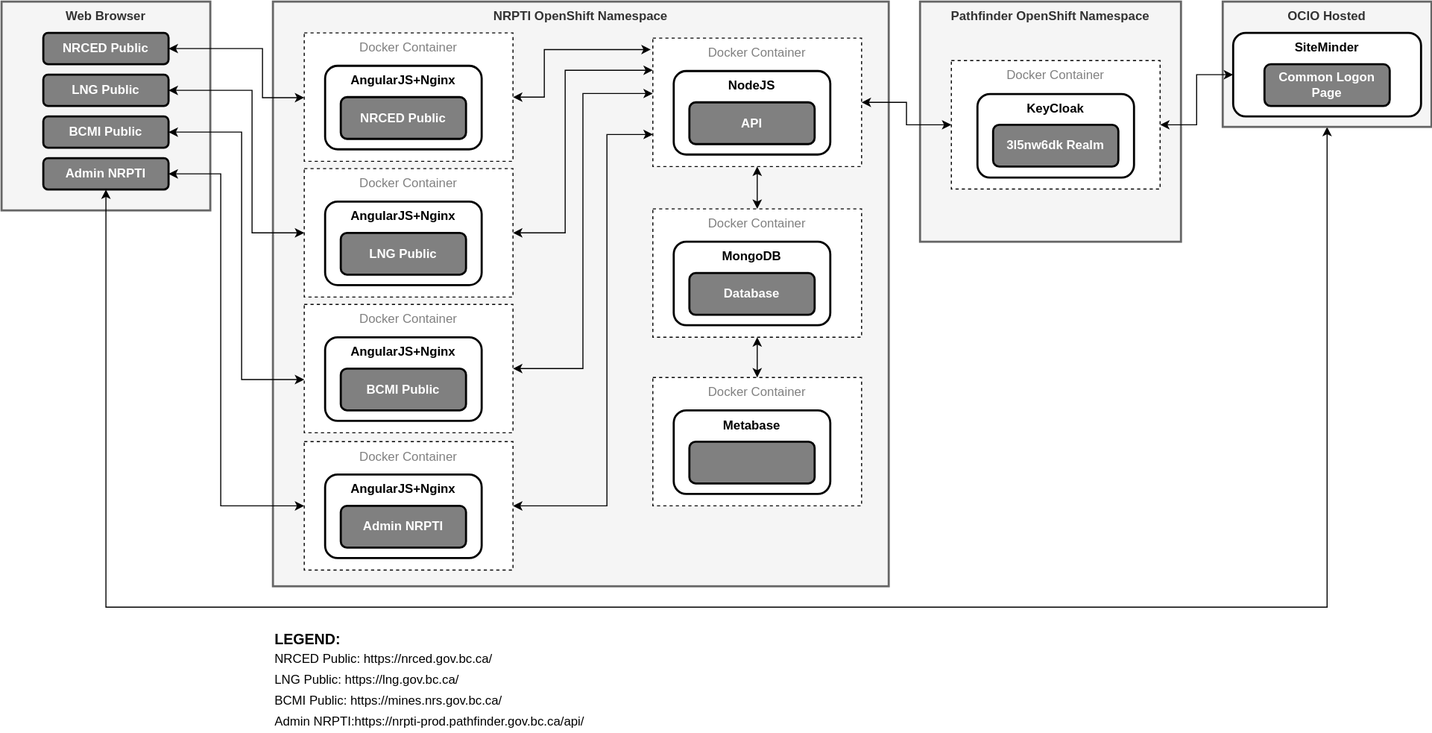
Earlier version of the draw.io export docs/NRPTI-Architecture.svg (bcgov/NRPTI). Source tidied: cells renumbered, new cells last; positions are measured from the earlier drawing's top-left corner, leaving out a move shared by most shapes.
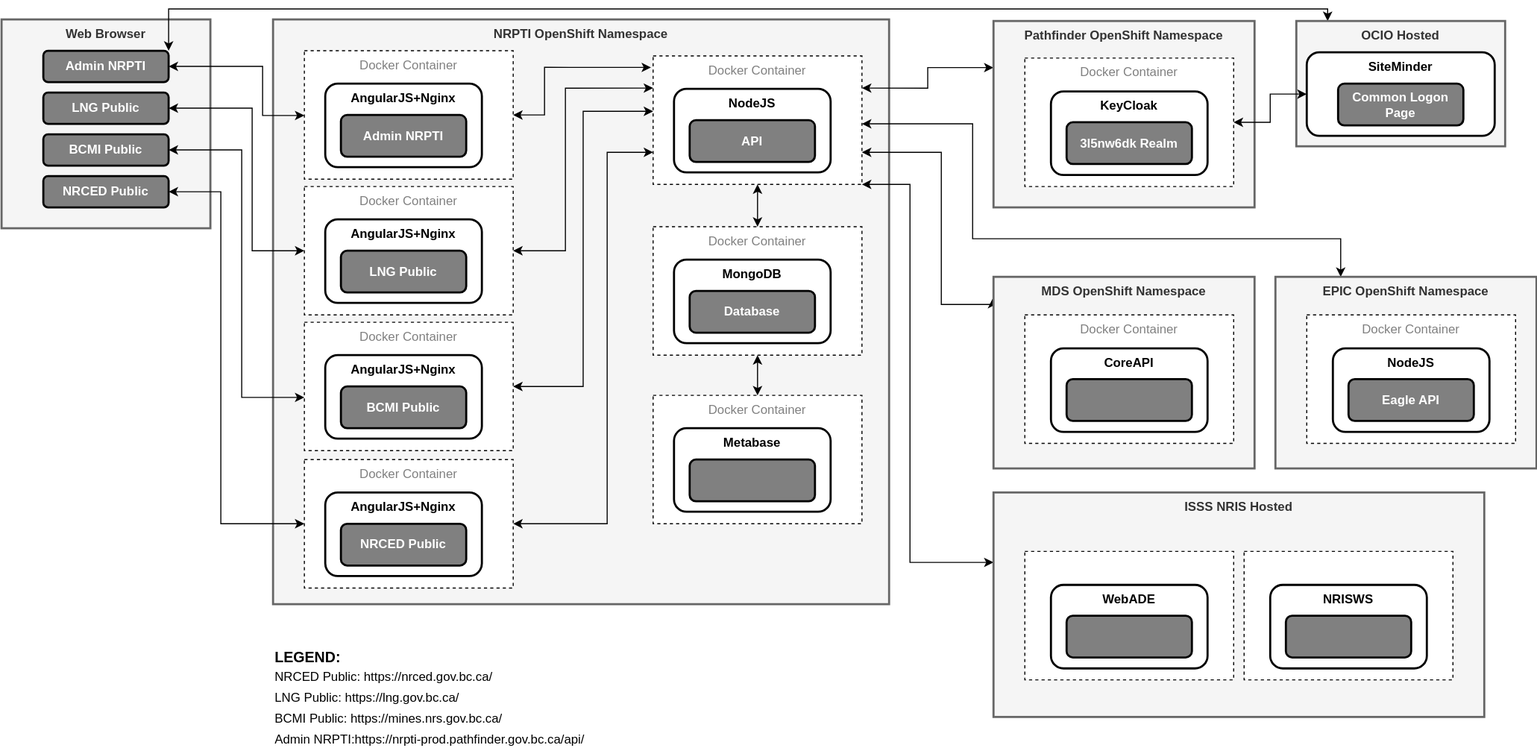
After the change.

Change to the diagram source:
```diff
@@ -5,7 +5,7 @@
     <mxCell id="2" value="Web Browser" style="rounded=0;whiteSpace=wrap;html=1;verticalAlign=top;fillColor=#f5f5f5;strokeColor=#666666;fontColor=#333333;strokeWidth=2;fontStyle=1;" parent="1" vertex="1">
       <mxGeometry width="200" height="200" as="geometry" />
     </mxCell>
-    <mxCell id="3" value="NRCED Public" style="rounded=1;whiteSpace=wrap;html=1;strokeWidth=2;fillColor=#808080;fontColor=#FFFFFF;fontStyle=1;" parent="1" vertex="1">
+    <mxCell id="3" value="Admin NRPTI" style="rounded=1;whiteSpace=wrap;html=1;strokeWidth=2;fillColor=#808080;fontColor=#FFFFFF;fontStyle=1;" parent="1" vertex="1">
       <mxGeometry x="40" y="30" width="120" height="30" as="geometry" />
     </mxCell>
     <mxCell id="4" value="LNG Public" style="rounded=1;whiteSpace=wrap;html=1;strokeWidth=2;fillColor=#808080;fontColor=#FFFFFF;fontStyle=1;" parent="1" vertex="1">
@@ -14,15 +14,15 @@
     <mxCell id="5" value="BCMI Public" style="rounded=1;whiteSpace=wrap;html=1;strokeWidth=2;fillColor=#808080;fontColor=#FFFFFF;fontStyle=1;" parent="1" vertex="1">
       <mxGeometry x="40" y="110" width="120" height="30" as="geometry" />
     </mxCell>
-    <mxCell id="6" style="edgeStyle=orthogonalEdgeStyle;rounded=0;jettySize=auto;html=1;startArrow=classic;startFill=1;" parent="1" edge="1" source="7" target="24">
+    <mxCell id="6" style="edgeStyle=orthogonalEdgeStyle;rounded=0;jettySize=auto;html=1;startArrow=classic;startFill=1;exitX=1;exitY=0;exitDx=0;exitDy=0;" parent="1" edge="1" source="3" target="24">
       <mxGeometry relative="1" as="geometry">
         <Array as="points">
-          <mxPoint x="100" y="580" />
-          <mxPoint x="1270" y="580" />
+          <mxPoint x="160" y="-10" />
+          <mxPoint x="1270" y="-10" />
         </Array>
       </mxGeometry>
     </mxCell>
-    <mxCell id="7" value="Admin NRPTI" style="rounded=1;whiteSpace=wrap;html=1;strokeWidth=2;fillColor=#808080;fontColor=#FFFFFF;fontStyle=1;" parent="1" vertex="1">
+    <mxCell id="7" value="NRCED Public" style="rounded=1;whiteSpace=wrap;html=1;strokeWidth=2;fillColor=#808080;fontColor=#FFFFFF;fontStyle=1;" parent="1" vertex="1">
       <mxGeometry x="40" y="150" width="120" height="30" as="geometry" />
     </mxCell>
     <mxCell id="8" value="NRPTI OpenShift Namespace" style="rounded=0;whiteSpace=wrap;html=1;verticalAlign=top;fillColor=#f5f5f5;strokeColor=#666666;fontColor=#333333;strokeWidth=2;fontStyle=1;" parent="1" vertex="1">
@@ -31,6 +31,25 @@
     <mxCell id="9" style="edgeStyle=orthogonalEdgeStyle;rounded=0;jettySize=auto;html=1;startArrow=classic;startFill=1;exitX=0.5;exitY=1;exitDx=0;exitDy=0;" parent="1" edge="1" source="10" target="13">
       <mxGeometry relative="1" as="geometry" />
     </mxCell>
+    <mxCell id="54" style="edgeStyle=orthogonalEdgeStyle;rounded=0;jettySize=auto;html=1;exitX=1;exitY=0.75;exitDx=0;exitDy=0;entryX=-0.004;entryY=0.115;entryDx=0;entryDy=0;entryPerimeter=0;startArrow=classic;startFill=1;fontSize=14;" parent="1" edge="1" source="10" target="57">
+      <mxGeometry relative="1" as="geometry">
+        <Array as="points">
+          <mxPoint x="900" y="127" />
+          <mxPoint x="900" y="273" />
+        </Array>
+      </mxGeometry>
+    </mxCell>
+    <mxCell id="55" style="edgeStyle=orthogonalEdgeStyle;rounded=0;jettySize=auto;html=1;exitX=1;exitY=1;exitDx=0;exitDy=0;startArrow=classic;startFill=1;fontSize=14;" parent="1" edge="1" source="10" target="61">
+      <mxGeometry relative="1" as="geometry">
+        <Array as="points">
+          <mxPoint x="870" y="158" />
+          <mxPoint x="870" y="520" />
+        </Array>
+      </mxGeometry>
+    </mxCell>
+    <mxCell id="56" style="edgeStyle=orthogonalEdgeStyle;rounded=0;jettySize=auto;html=1;exitX=1;exitY=0.25;exitDx=0;exitDy=0;entryX=0;entryY=0.25;entryDx=0;entryDy=0;startArrow=classic;startFill=1;fontSize=14;" parent="1" edge="1" source="10" target="20">
+      <mxGeometry relative="1" as="geometry" />
+    </mxCell>
     <mxCell id="10" value="Docker Container" style="rounded=0;whiteSpace=wrap;html=1;strokeWidth=1;fillColor=#FFFFFF;fontColor=#808080;dashed=1;verticalAlign=top;" parent="1" vertex="1">
       <mxGeometry x="624" y="35" width="200" height="123" as="geometry" />
     </mxCell>
@@ -62,25 +81,25 @@
       <mxGeometry x="659" y="421.5" width="120" height="40" as="geometry" />
     </mxCell>
     <mxCell id="20" value="Pathfinder OpenShift Namespace" style="rounded=0;whiteSpace=wrap;html=1;verticalAlign=top;fillColor=#f5f5f5;strokeColor=#666666;fontColor=#333333;strokeWidth=2;fontStyle=1;" parent="1" vertex="1">
-      <mxGeometry x="880" width="250" height="230" as="geometry" />
+      <mxGeometry x="950" y="1.5" width="250" height="178.5" as="geometry" />
     </mxCell>
     <mxCell id="21" value="Docker Container" style="rounded=0;whiteSpace=wrap;html=1;strokeWidth=1;fillColor=#FFFFFF;fontColor=#808080;dashed=1;verticalAlign=top;" parent="1" vertex="1">
-      <mxGeometry x="910" y="56.5" width="200" height="123" as="geometry" />
+      <mxGeometry x="980" y="37" width="200" height="123" as="geometry" />
     </mxCell>
     <mxCell id="22" value="KeyCloak" style="rounded=1;whiteSpace=wrap;html=1;strokeWidth=2;verticalAlign=top;fontStyle=1;" parent="1" vertex="1">
-      <mxGeometry x="935" y="88.5" width="150" height="80" as="geometry" />
+      <mxGeometry x="1005" y="69" width="150" height="80" as="geometry" />
     </mxCell>
     <mxCell id="23" value="3l5nw6dk Realm" style="rounded=1;whiteSpace=wrap;html=1;strokeWidth=2;fillColor=#808080;fontColor=#FFFFFF;fontStyle=1;" parent="1" vertex="1">
-      <mxGeometry x="950" y="118" width="120" height="40" as="geometry" />
+      <mxGeometry x="1020" y="98.5" width="120" height="40" as="geometry" />
     </mxCell>
     <mxCell id="24" value="OCIO Hosted" style="rounded=0;whiteSpace=wrap;html=1;verticalAlign=top;fillColor=#f5f5f5;strokeColor=#666666;fontColor=#333333;strokeWidth=2;fontStyle=1;" parent="1" vertex="1">
-      <mxGeometry x="1170" width="200" height="120" as="geometry" />
+      <mxGeometry x="1240" y="1.5" width="200" height="120" as="geometry" />
     </mxCell>
     <mxCell id="25" value="SiteMinder" style="rounded=1;whiteSpace=wrap;html=1;strokeWidth=2;verticalAlign=top;fontStyle=1;" parent="1" vertex="1">
-      <mxGeometry x="1180" y="30" width="180" height="80" as="geometry" />
+      <mxGeometry x="1250" y="31.5" width="180" height="80" as="geometry" />
     </mxCell>
     <mxCell id="26" value="Common Logon Page" style="rounded=1;whiteSpace=wrap;html=1;strokeWidth=2;fillColor=#808080;fontColor=#FFFFFF;fontStyle=1;" parent="1" vertex="1">
-      <mxGeometry x="1210" y="60" width="120" height="40" as="geometry" />
+      <mxGeometry x="1280" y="61.5" width="120" height="40" as="geometry" />
     </mxCell>
     <mxCell id="27" style="edgeStyle=orthogonalEdgeStyle;rounded=0;jettySize=auto;html=1;entryX=0;entryY=0.5;entryDx=0;entryDy=0;startArrow=classic;startFill=1;" parent="1" edge="1" source="21" target="25">
       <mxGeometry relative="1" as="geometry" />
@@ -119,7 +138,7 @@
     <mxCell id="34" value="AngularJS+Nginx" style="rounded=1;whiteSpace=wrap;html=1;strokeWidth=2;verticalAlign=top;fontStyle=1;" parent="1" vertex="1">
       <mxGeometry x="310" y="61.5" width="150" height="80" as="geometry" />
     </mxCell>
-    <mxCell id="35" value="NRCED Public" style="rounded=1;whiteSpace=wrap;html=1;strokeWidth=2;fillColor=#808080;fontColor=#FFFFFF;fontStyle=1;" parent="1" vertex="1">
+    <mxCell id="35" value="Admin NRPTI" style="rounded=1;whiteSpace=wrap;html=1;strokeWidth=2;fillColor=#808080;fontColor=#FFFFFF;fontStyle=1;" parent="1" vertex="1">
       <mxGeometry x="325" y="91.5" width="120" height="40" as="geometry" />
     </mxCell>
     <mxCell id="36" style="edgeStyle=orthogonalEdgeStyle;rounded=0;jettySize=auto;html=1;entryX=0;entryY=0.25;entryDx=0;entryDy=0;startArrow=classic;startFill=1;" parent="1" edge="1" source="37" target="10">
@@ -165,11 +184,17 @@
     <mxCell id="46" value="AngularJS+Nginx" style="rounded=1;whiteSpace=wrap;html=1;strokeWidth=2;verticalAlign=top;fontStyle=1;" parent="1" vertex="1">
       <mxGeometry x="310" y="453" width="150" height="80" as="geometry" />
     </mxCell>
-    <mxCell id="47" value="Admin NRPTI" style="rounded=1;whiteSpace=wrap;html=1;strokeWidth=2;fillColor=#808080;fontColor=#FFFFFF;fontStyle=1;" parent="1" vertex="1">
+    <mxCell id="47" value="NRCED Public" style="rounded=1;whiteSpace=wrap;html=1;strokeWidth=2;fillColor=#808080;fontColor=#FFFFFF;fontStyle=1;" parent="1" vertex="1">
       <mxGeometry x="325" y="483" width="120" height="40" as="geometry" />
     </mxCell>
-    <mxCell id="48" style="edgeStyle=orthogonalEdgeStyle;rounded=0;jettySize=auto;html=1;exitX=1;exitY=0.5;exitDx=0;exitDy=0;startArrow=classic;startFill=1;entryX=0;entryY=0.5;entryDx=0;entryDy=0;" parent="1" edge="1" source="10" target="21">
-      <mxGeometry relative="1" as="geometry" />
+    <mxCell id="48" style="edgeStyle=orthogonalEdgeStyle;rounded=0;jettySize=auto;html=1;startArrow=classic;startFill=1;entryX=0.25;entryY=0;entryDx=0;entryDy=0;" parent="1" edge="1" source="10" target="68">
+      <mxGeometry relative="1" as="geometry">
+        <Array as="points">
+          <mxPoint x="930" y="100" />
+          <mxPoint x="930" y="210" />
+          <mxPoint x="1283" y="210" />
+        </Array>
+      </mxGeometry>
     </mxCell>
     <mxCell id="49" style="edgeStyle=orthogonalEdgeStyle;rounded=0;jettySize=auto;html=1;startArrow=classic;startFill=1;exitX=1;exitY=0.5;exitDx=0;exitDy=0;" parent="1" edge="1" source="3" target="33">
       <mxGeometry relative="1" as="geometry">
@@ -209,5 +234,53 @@
         <mxGeometry x="260" y="600" width="240" height="20" as="geometry" />
       </mxCell>
     </object>
+    <mxCell id="57" value="MDS OpenShift Namespace" style="rounded=0;whiteSpace=wrap;html=1;verticalAlign=top;fillColor=#f5f5f5;strokeColor=#666666;fontColor=#333333;strokeWidth=2;fontStyle=1;" parent="1" vertex="1">
+      <mxGeometry x="950" y="246.5" width="250" height="183.5" as="geometry" />
+    </mxCell>
+    <mxCell id="58" value="Docker Container" style="rounded=0;whiteSpace=wrap;html=1;strokeWidth=1;fillColor=#FFFFFF;fontColor=#808080;dashed=1;verticalAlign=top;" parent="1" vertex="1">
+      <mxGeometry x="980" y="283" width="200" height="123" as="geometry" />
+    </mxCell>
+    <mxCell id="59" value="CoreAPI" style="rounded=1;whiteSpace=wrap;html=1;strokeWidth=2;verticalAlign=top;fontStyle=1;" parent="1" vertex="1">
+      <mxGeometry x="1005" y="315" width="150" height="80" as="geometry" />
+    </mxCell>
+    <mxCell id="60" style="rounded=1;whiteSpace=wrap;html=1;strokeWidth=2;fillColor=#808080;fontColor=#FFFFFF;fontStyle=1;" parent="1" vertex="1">
+      <mxGeometry x="1020" y="344.5" width="120" height="40" as="geometry" />
+    </mxCell>
+    <mxCell id="61" value="ISSS NRIS Hosted" style="rounded=0;whiteSpace=wrap;html=1;verticalAlign=top;fillColor=#f5f5f5;strokeColor=#666666;fontColor=#333333;strokeWidth=2;fontStyle=1;" parent="1" vertex="1">
+      <mxGeometry x="950" y="453" width="470" height="215" as="geometry" />
+    </mxCell>
+    <mxCell id="62" style="rounded=0;whiteSpace=wrap;html=1;strokeWidth=1;fillColor=#FFFFFF;fontColor=#808080;dashed=1;verticalAlign=top;" parent="1" vertex="1">
+      <mxGeometry x="980" y="509.5" width="200" height="123" as="geometry" />
+    </mxCell>
+    <mxCell id="63" value="WebADE" style="rounded=1;whiteSpace=wrap;html=1;strokeWidth=2;verticalAlign=top;fontStyle=1;" parent="1" vertex="1">
+      <mxGeometry x="1005" y="541.5" width="150" height="80" as="geometry" />
+    </mxCell>
+    <mxCell id="64" style="rounded=1;whiteSpace=wrap;html=1;strokeWidth=2;fillColor=#808080;fontColor=#FFFFFF;fontStyle=1;" parent="1" vertex="1">
+      <mxGeometry x="1020" y="571" width="120" height="40" as="geometry" />
+    </mxCell>
+    <mxCell id="65" style="rounded=0;whiteSpace=wrap;html=1;strokeWidth=1;fillColor=#FFFFFF;fontColor=#808080;dashed=1;verticalAlign=top;" parent="1" vertex="1">
+      <mxGeometry x="1190" y="509.5" width="200" height="123" as="geometry" />
+    </mxCell>
+    <mxCell id="66" value="NRISWS" style="rounded=1;whiteSpace=wrap;html=1;strokeWidth=2;verticalAlign=top;fontStyle=1;" parent="1" vertex="1">
+      <mxGeometry x="1215" y="541.5" width="150" height="80" as="geometry" />
+    </mxCell>
+    <mxCell id="67" style="rounded=1;whiteSpace=wrap;html=1;strokeWidth=2;fillColor=#808080;fontColor=#FFFFFF;fontStyle=1;" parent="1" vertex="1">
+      <mxGeometry x="1230" y="571" width="120" height="40" as="geometry" />
+    </mxCell>
+    <mxCell id="68" value="EPIC OpenShift Namespace" style="rounded=0;whiteSpace=wrap;html=1;verticalAlign=top;fillColor=#f5f5f5;strokeColor=#666666;fontColor=#333333;strokeWidth=2;fontStyle=1;" parent="1" vertex="1">
+      <mxGeometry x="1220" y="246.5" width="250" height="183.5" as="geometry" />
+    </mxCell>
+    <mxCell id="69" value="Docker Container" style="rounded=0;whiteSpace=wrap;html=1;strokeWidth=1;fillColor=#FFFFFF;fontColor=#808080;dashed=1;verticalAlign=top;" parent="1" vertex="1">
+      <mxGeometry x="1250" y="283" width="200" height="123" as="geometry" />
+    </mxCell>
+    <mxCell id="70" value="NodeJS" style="rounded=1;whiteSpace=wrap;html=1;strokeWidth=2;verticalAlign=top;fontStyle=1;" parent="1" vertex="1">
+      <mxGeometry x="1275" y="315" width="150" height="80" as="geometry" />
+    </mxCell>
+    <mxCell id="71" value="Eagle API" style="rounded=1;whiteSpace=wrap;html=1;strokeWidth=2;fillColor=#808080;fontColor=#FFFFFF;fontStyle=1;" parent="1" vertex="1">
+      <mxGeometry x="1290" y="344.5" width="120" height="40" as="geometry" />
+    </mxCell>
+    <mxCell id="72" style="edgeStyle=orthogonalEdgeStyle;rounded=0;orthogonalLoop=1;jettySize=auto;html=1;exitX=0.5;exitY=1;exitDx=0;exitDy=0;startArrow=classic;startFill=1;fontSize=14;" parent="1" edge="1" source="20" target="20">
+      <mxGeometry relative="1" as="geometry" />
+    </mxCell>
   </root>
 </mxGraphModel>
```
